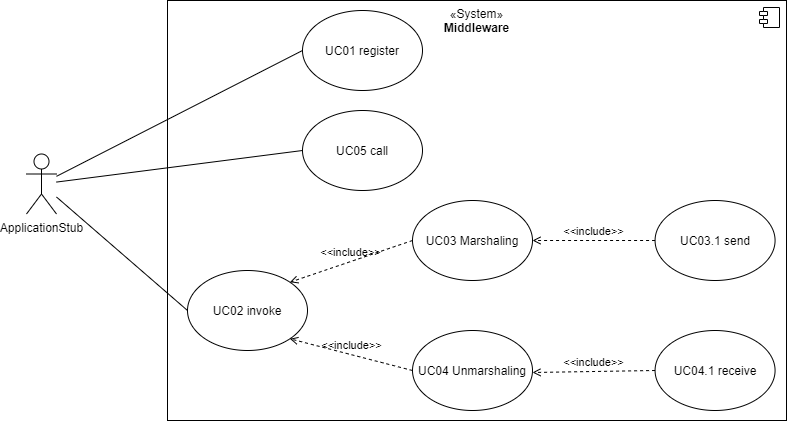
The draw.io diagram Doku/images/middleware_fachlicher_trontext.png in KjellooMelloo/gameoftrons, before a commit. Source tidied: cells renumbered, new cells last; positions are measured from the earlier drawing's top-left corner, leaving out a move shared by most shapes.
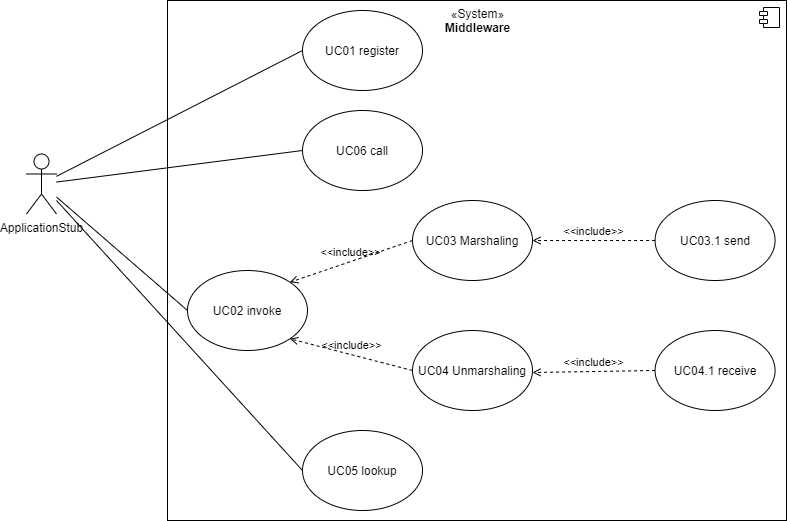
After the change.

Commit message:
added lookup as UC; switched arrow direction for facade in BST; added returns as event in AD

Change to the diagram source:
```diff
@@ -3,7 +3,7 @@
     <mxCell id="0" />
     <mxCell id="1" parent="0" />
     <mxCell id="2" value="«System»&lt;br&gt;&lt;b&gt;Middleware&lt;/b&gt;" style="html=1;verticalAlign=top;" parent="1" vertex="1">
-      <mxGeometry x="141" width="619" height="420" as="geometry" />
+      <mxGeometry x="141" width="619" height="520" as="geometry" />
     </mxCell>
     <mxCell id="3" style="shape=component;jettyWidth=8;jettyHeight=4;" parent="2" vertex="1">
       <mxGeometry x="1" width="20" height="20" relative="1" as="geometry">
@@ -40,7 +40,7 @@
     <mxCell id="13" value="&amp;lt;&amp;lt;include&amp;gt;&amp;gt;" style="edgeStyle=none;html=1;endArrow=open;verticalAlign=bottom;dashed=1;labelBackgroundColor=none;exitX=0;exitY=0.5;exitDx=0;exitDy=0;entryX=1;entryY=0;entryDx=0;entryDy=0;" parent="1" edge="1" source="10" target="9">
       <mxGeometry relative="1" as="geometry" />
     </mxCell>
-    <mxCell id="14" value="UC05 call" style="ellipse;whiteSpace=wrap;html=1;" parent="1" vertex="1">
+    <mxCell id="14" value="UC06 call" style="ellipse;whiteSpace=wrap;html=1;" parent="1" vertex="1">
       <mxGeometry x="276" y="110" width="120" height="80" as="geometry" />
     </mxCell>
     <mxCell id="15" value="UC03.1 send" style="ellipse;whiteSpace=wrap;html=1;" parent="1" vertex="1">
@@ -59,5 +59,11 @@
         <mxPoint x="506" y="372" as="targetPoint" />
       </mxGeometry>
     </mxCell>
+    <mxCell id="19" value="UC05 lookup" style="ellipse;whiteSpace=wrap;html=1;" parent="1" vertex="1">
+      <mxGeometry x="276" y="430" width="120" height="80" as="geometry" />
+    </mxCell>
+    <mxCell id="20" style="rounded=0;jettySize=auto;html=1;entryX=0;entryY=0.5;entryDx=0;entryDy=0;endArrow=none;endFill=0;" parent="1" edge="1" source="7" target="19">
+      <mxGeometry relative="1" as="geometry" />
+    </mxCell>
   </root>
 </mxGraphModel>
```
